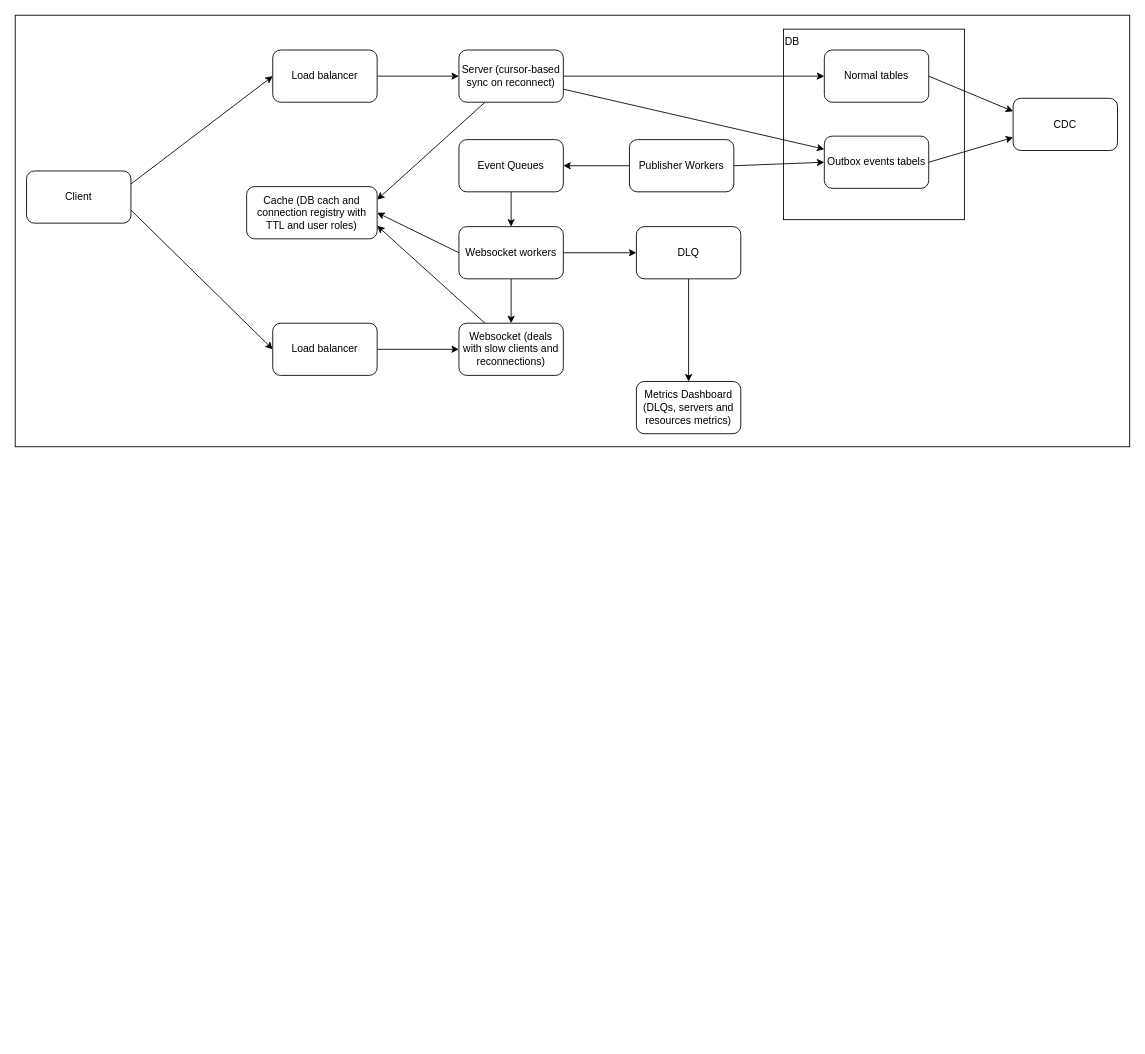
The draw.io diagram docs/architecture.drawio in DouglasVolcato/messenger, before the edit. Source tidied: cells renumbered, new cells numbered last; positions are measured from the earlier drawing's top-left corner, leaving out a move shared by most shapes. Both pictures are drawn from the tidied source at 87%, with x=0, y=0 at pixel (15, 15).
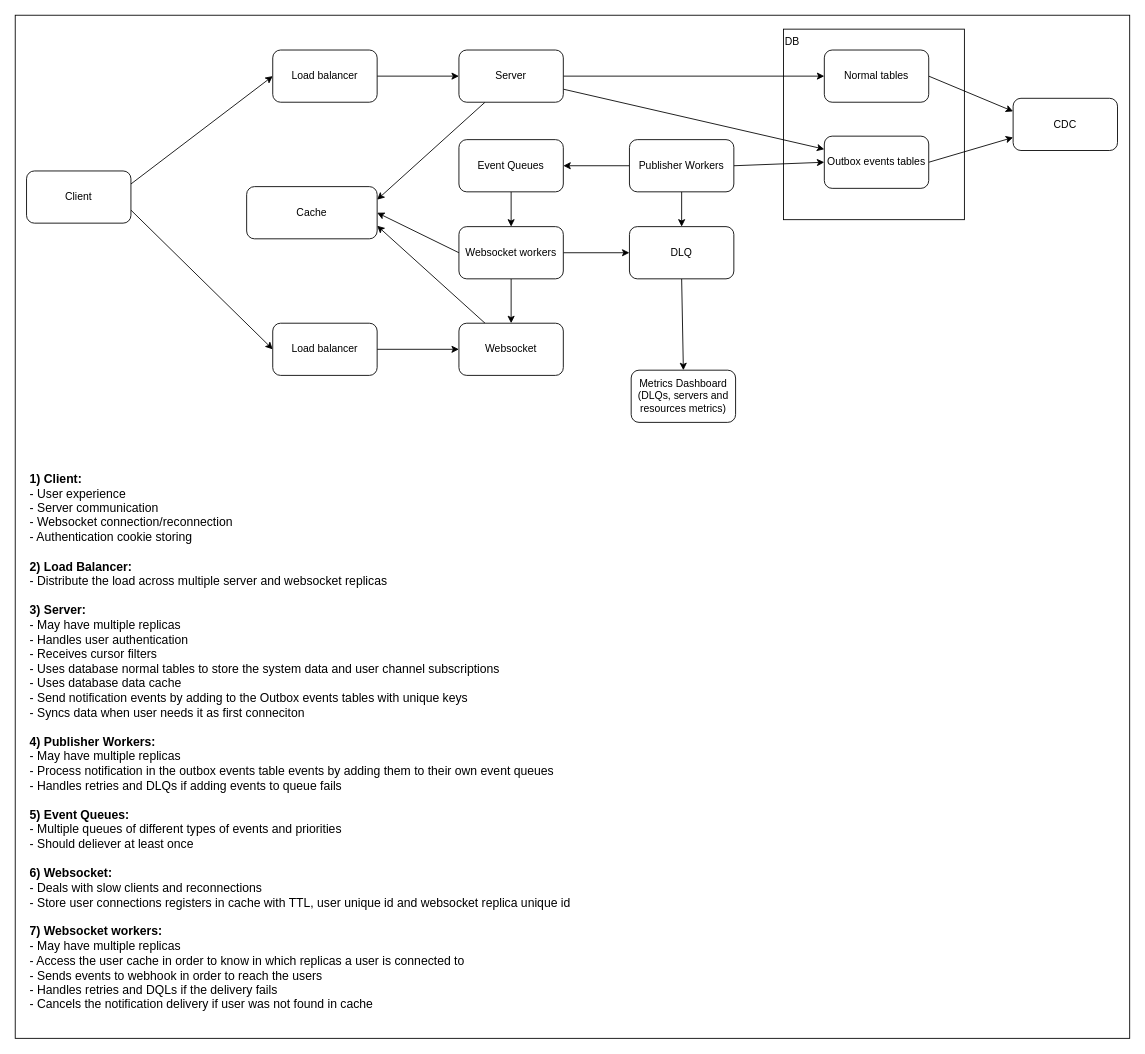
The same page after the edit.

Commit message (it also covers changes not shown here):
feat: add architecture diagram

Unchanged cells that the change refers to:
```xml
<mxCell id="26" value="Publisher Workers" style="rounded=1;whiteSpace=wrap;html=1;" parent="1" vertex="1">
  <mxGeometry x="706" y="143" width="120" height="60" as="geometry" />
</mxCell>
```

The edit, as a diff of the source:
```diff
@@
     <mxCell id="2" style="rounded=0;whiteSpace=wrap;html=1;" parent="1" vertex="1">
-      <mxGeometry width="1281" height="496" as="geometry" />
+      <mxGeometry width="1281" height="1176" as="geometry" />
     </mxCell>
@@
-    <mxCell id="10" value="Server (cursor-based sync on reconnect)" style="rounded=1;whiteSpace=wrap;html=1;" parent="1" vertex="1">
+    <mxCell id="10" value="Server" style="rounded=1;whiteSpace=wrap;html=1;" parent="1" vertex="1">
       <mxGeometry x="510" y="40" width="120" height="60" as="geometry" />
     </mxCell>
@@
     <mxCell id="13" value="Metrics Dashboard (DLQs, servers and resources metrics)" style="rounded=1;whiteSpace=wrap;html=1;" parent="1" vertex="1">
-      <mxGeometry x="714" y="421" width="120" height="60" as="geometry" />
+      <mxGeometry x="708" y="408" width="120" height="60" as="geometry" />
     </mxCell>
@@
-    <mxCell id="15" value="Websocket (deals with slow clients and reconnections)" style="rounded=1;whiteSpace=wrap;html=1;" parent="1" vertex="1">
+    <mxCell id="15" value="Websocket" style="rounded=1;whiteSpace=wrap;html=1;" parent="1" vertex="1">
       <mxGeometry x="510" y="354" width="120" height="60" as="geometry" />
     </mxCell>
@@
-    <mxCell id="21" value="Outbox events tabels" style="rounded=1;whiteSpace=wrap;html=1;" parent="1" vertex="1">
+    <mxCell id="21" value="Outbox events tables" style="rounded=1;whiteSpace=wrap;html=1;" parent="1" vertex="1">
       <mxGeometry x="930" y="139" width="120" height="60" as="geometry" />
     </mxCell>
@@
+    <mxCell id="36" style="edgeStyle=none;html=1;exitX=0.5;exitY=1;exitDx=0;exitDy=0;entryX=0.5;entryY=0;entryDx=0;entryDy=0;" parent="1" edge="1" source="26" target="28">
+      <mxGeometry relative="1" as="geometry" />
+    </mxCell>
@@
     <mxCell id="28" value="DLQ" style="rounded=1;whiteSpace=wrap;html=1;" parent="1" vertex="1">
-      <mxGeometry x="714" y="243" width="120" height="60" as="geometry" />
+      <mxGeometry x="706" y="243" width="120" height="60" as="geometry" />
     </mxCell>
-    <mxCell id="29" value="Cache (DB cach and connection registry with TTL and user roles)" style="rounded=1;whiteSpace=wrap;html=1;" parent="1" vertex="1">
+    <mxCell id="29" value="Cache" style="rounded=1;whiteSpace=wrap;html=1;" parent="1" vertex="1">
       <mxGeometry x="266" y="197" width="150" height="60" as="geometry" />
     </mxCell>
@@
+    <mxCell id="37" value="&lt;div&gt;&lt;font color=&quot;#000000&quot;&gt;&lt;b&gt;1) Client:&lt;/b&gt;&lt;/font&gt;&lt;/div&gt;&lt;div&gt;&lt;font color=&quot;#000000&quot;&gt;- User experience&lt;/font&gt;&lt;/div&gt;&lt;div&gt;&lt;font color=&quot;#000000&quot;&gt;- Server communication&lt;/font&gt;&lt;/div&gt;&lt;div&gt;&lt;font color=&quot;#000000&quot;&gt;- Websocket connection/reconnection&lt;/font&gt;&lt;/div&gt;&lt;div&gt;&lt;font color=&quot;#000000&quot;&gt;- Authentication cookie storing&lt;/font&gt;&lt;/div&gt;&lt;div&gt;&lt;font color=&quot;#000000&quot;&gt;&lt;br&gt;&lt;/font&gt;&lt;/div&gt;&lt;div&gt;&lt;font color=&quot;#000000&quot;&gt;&lt;b&gt;2) Load Balancer:&lt;/b&gt;&lt;/font&gt;&lt;/div&gt;&lt;div&gt;&lt;font color=&quot;#000000&quot;&gt;- Distribute the load across multiple server and websocket replicas&lt;/font&gt;&lt;/div&gt;&lt;div&gt;&lt;font color=&quot;#000000&quot;&gt;&lt;br&gt;&lt;/font&gt;&lt;/div&gt;&lt;div&gt;&lt;font color=&quot;#000000&quot;&gt;&lt;b&gt;3) Server:&lt;/b&gt;&lt;/font&gt;&lt;/div&gt;&lt;div&gt;&lt;font color=&quot;#000000&quot;&gt;- May have multiple replicas&lt;/font&gt;&lt;/div&gt;&lt;div&gt;&lt;font color=&quot;#000000&quot;&gt;- Handles user authentication&lt;/font&gt;&lt;/div&gt;&lt;div&gt;&lt;font color=&quot;#000000&quot;&gt;- Receives cursor filters&lt;/font&gt;&lt;/div&gt;&lt;div&gt;&lt;font color=&quot;#000000&quot;&gt;- Uses database normal tables to store the system data and user channel subscriptions&lt;/font&gt;&lt;/div&gt;&lt;div&gt;&lt;font color=&quot;#000000&quot;&gt;- Uses database data cache&lt;/font&gt;&lt;/div&gt;&lt;div&gt;&lt;font color=&quot;#000000&quot;&gt;- Send notification events by adding to the Outbox events tables with unique keys&lt;/font&gt;&lt;/div&gt;&lt;div&gt;&lt;font color=&quot;#000000&quot;&gt;- Syncs data when user needs it as first conneciton&lt;/font&gt;&lt;/div&gt;&lt;div&gt;&lt;font color=&quot;#000000&quot;&gt;&lt;br&gt;&lt;/font&gt;&lt;/div&gt;&lt;div&gt;&lt;font color=&quot;#000000&quot;&gt;&lt;b&gt;4) Publisher Workers:&lt;/b&gt;&lt;/font&gt;&lt;/div&gt;&lt;div&gt;&lt;font color=&quot;#000000&quot;&gt;- May have multiple replicas&lt;/font&gt;&lt;/div&gt;&lt;div&gt;&lt;font color=&quot;#000000&quot;&gt;- Process notification in the outbox events table events by adding them to their own event queues&lt;/font&gt;&lt;/div&gt;&lt;div&gt;&lt;font color=&quot;#000000&quot;&gt;- Handles retries and DLQs if adding events to queue fails&lt;/font&gt;&lt;/div&gt;&lt;div&gt;&lt;font color=&quot;#000000&quot;&gt;&lt;br&gt;&lt;/font&gt;&lt;/div&gt;&lt;div&gt;&lt;font color=&quot;#000000&quot;&gt;&lt;b&gt;5) Event Queues:&lt;/b&gt;&lt;/font&gt;&lt;/div&gt;&lt;div&gt;&lt;font color=&quot;#000000&quot;&gt;- Multiple queues of different types of events and priorities&lt;/font&gt;&lt;/div&gt;&lt;div&gt;&lt;font color=&quot;#000000&quot;&gt;- Should deliever at least once&lt;/font&gt;&lt;/div&gt;&lt;div&gt;&lt;font color=&quot;#000000&quot;&gt;&lt;br&gt;&lt;/font&gt;&lt;/div&gt;&lt;div&gt;&lt;font color=&quot;#000000&quot;&gt;&lt;b&gt;6) Websocket:&lt;/b&gt;&lt;/font&gt;&lt;/div&gt;&lt;div&gt;&lt;font color=&quot;#000000&quot;&gt;- Deals with slow clients and reconnections&lt;/font&gt;&lt;/div&gt;&lt;div&gt;&lt;font color=&quot;#000000&quot;&gt;- Store user connections registers in cache with TTL, user unique id and websocket replica unique id&lt;/font&gt;&lt;/div&gt;&lt;div&gt;&lt;font color=&quot;#000000&quot;&gt;&lt;br&gt;&lt;/font&gt;&lt;/div&gt;&lt;div&gt;&lt;font color=&quot;#000000&quot;&gt;&lt;b&gt;7) Websocket workers:&lt;/b&gt;&lt;/font&gt;&lt;/div&gt;&lt;div&gt;&lt;font color=&quot;#000000&quot;&gt;- May have multiple replicas&lt;/font&gt;&lt;/div&gt;&lt;div&gt;&lt;font color=&quot;#000000&quot;&gt;- Access the user cache in order to know in which replicas a user is connected to&lt;/font&gt;&lt;/div&gt;&lt;div&gt;&lt;font color=&quot;#000000&quot;&gt;- Sends events to webhook in order to reach the users&lt;/font&gt;&lt;/div&gt;&lt;div&gt;&lt;font color=&quot;#000000&quot;&gt;- Handles retries and DQLs if the delivery fails&lt;/font&gt;&lt;/div&gt;&lt;div&gt;&lt;font color=&quot;#000000&quot;&gt;- Cancels the notification delivery if user was not found in cache&lt;/font&gt;&lt;/div&gt;" style="text;html=1;align=left;verticalAlign=middle;whiteSpace=wrap;rounded=0;fontSize=14;" parent="1" vertex="1">
+      <mxGeometry x="15" y="513" width="1067" height="643" as="geometry" />
+    </mxCell>
```
